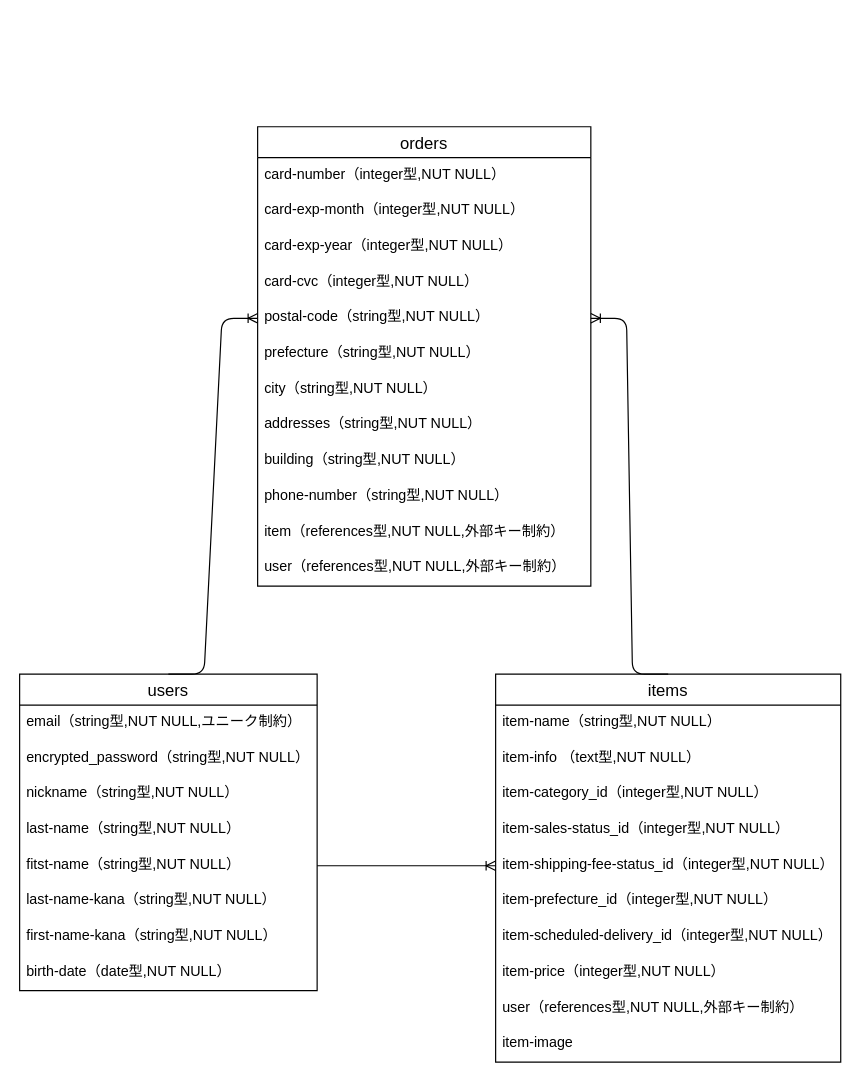
Above: Draw.dio in sakana117/furima-37643 (draw.io), before the change. Source tidied: cells renumbered, new cells numbered last; positions are measured from the earlier drawing's top-left corner, leaving out a move shared by most shapes. Both pictures are drawn from the tidied source at 119%, with x=0, y=0 at pixel (19, 126).
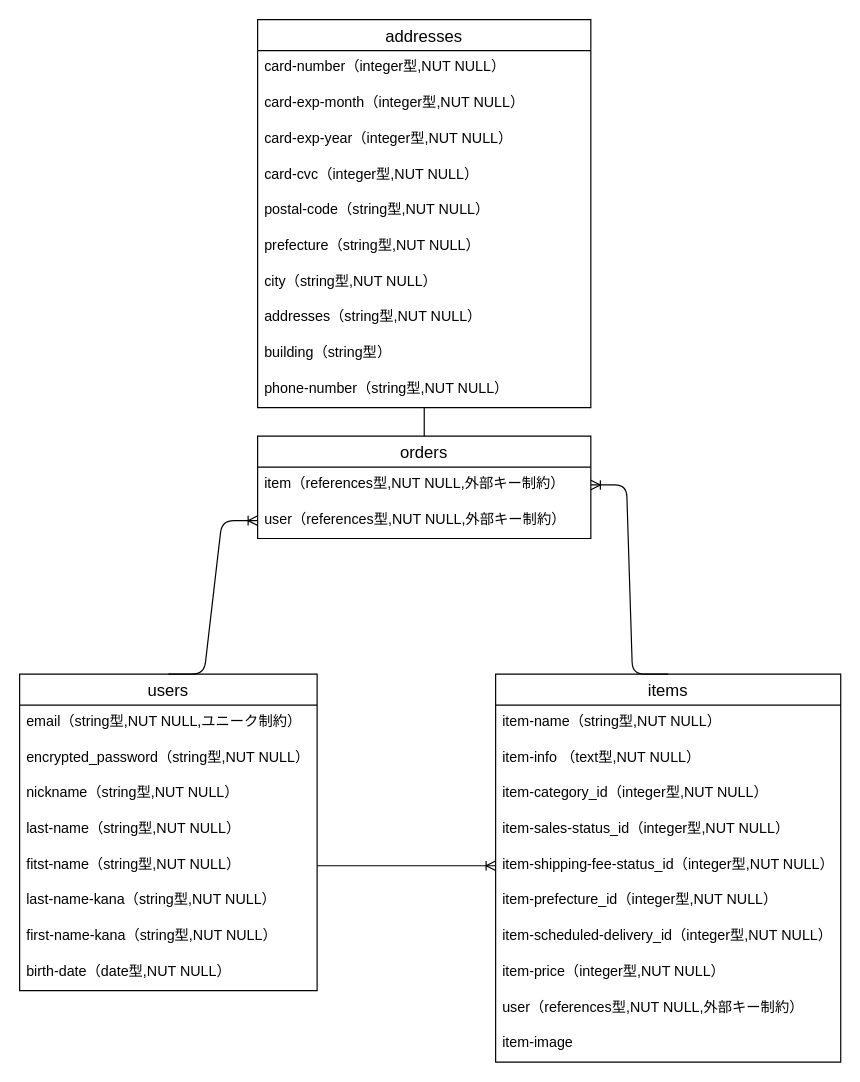
The same page after the edit.

Commit message (it also covers changes not shown here):
データベース設計　修正2

Unchanged cells that the change refers to:
```xml
<mxCell id="2" value="users" style="swimlane;fontStyle=0;horizontal=1;startSize=26;align=center;fontSize=14;" parent="1" vertex="1">
  <mxGeometry y="460" width="250" height="266" as="geometry" />
</mxCell>
<mxCell id="7" value="fitst-name（string型,NUT NULL）" style="text;strokeColor=none;fillColor=none;spacingLeft=4;spacingRight=4;overflow=hidden;points=[[0,0.5],[1,0.5]];portConstraint=eastwest;fontSize=12;" parent="2" vertex="1">
  <mxGeometry y="146" width="250" height="30" as="geometry" />
</mxCell>
<mxCell id="11" value="items" style="swimlane;fontStyle=0;horizontal=1;startSize=26;align=center;fontSize=14;" parent="1" vertex="1">
  <mxGeometry x="400" y="460" width="290" height="326" as="geometry" />
</mxCell>
<mxCell id="16" value="item-shipping-fee-status_id（integer型,NUT NULL）" style="text;strokeColor=none;fillColor=none;spacingLeft=4;spacingRight=4;overflow=hidden;points=[[0,0.5],[1,0.5]];portConstraint=eastwest;fontSize=12;" parent="11" vertex="1">
  <mxGeometry y="146" width="290" height="30" as="geometry" />
</mxCell>
```

Change to the diagram source:
```diff
@@
     <mxCell id="22" value="orders" style="swimlane;fontStyle=0;horizontal=1;startSize=26;align=center;fontSize=14;" parent="1" vertex="1">
-      <mxGeometry x="200" width="280" height="386" as="geometry" />
+      <mxGeometry x="200" y="260" width="280" height="86" as="geometry" />
     </mxCell>
+    <mxCell id="33" value="item（references型,NUT NULL,外部キー制約）" style="text;strokeColor=none;fillColor=none;spacingLeft=4;spacingRight=4;overflow=hidden;points=[[0,0.5],[1,0.5]];portConstraint=eastwest;fontSize=12;" parent="22" vertex="1">
+      <mxGeometry y="26" width="280" height="30" as="geometry" />
+    </mxCell>
+    <mxCell id="34" value="user（references型,NUT NULL,外部キー制約）" style="text;strokeColor=none;fillColor=none;spacingLeft=4;spacingRight=4;overflow=hidden;points=[[0,0.5],[1,0.5]];portConstraint=eastwest;fontSize=12;" parent="22" vertex="1">
+      <mxGeometry y="56" width="280" height="30" as="geometry" />
+    </mxCell>
+    <mxCell id="35" style="edgeStyle=entityRelationEdgeStyle;fontSize=12;html=1;endArrow=ERoneToMany;entryX=0;entryY=0.5;entryDx=0;entryDy=0;exitX=1;exitY=0.5;exitDx=0;exitDy=0;" parent="1" edge="1" source="7" target="16">
+      <mxGeometry relative="1" as="geometry" />
+    </mxCell>
+    <mxCell id="36" style="edgeStyle=entityRelationEdgeStyle;fontSize=12;html=1;endArrow=ERoneToMany;entryX=0;entryY=0.5;entryDx=0;entryDy=0;exitX=0.5;exitY=0;exitDx=0;exitDy=0;" parent="1" edge="1" source="2" target="34">
+      <mxGeometry relative="1" as="geometry" />
+    </mxCell>
+    <mxCell id="37" style="edgeStyle=entityRelationEdgeStyle;fontSize=12;html=1;endArrow=ERoneToMany;entryX=1;entryY=0.5;entryDx=0;entryDy=0;strokeColor=default;rounded=1;exitX=0.5;exitY=0;exitDx=0;exitDy=0;" parent="1" edge="1" source="11" target="33">
+      <mxGeometry relative="1" as="geometry" />
+    </mxCell>
+    <mxCell id="38" value="addresses" style="swimlane;fontStyle=0;horizontal=1;startSize=26;align=center;fontSize=14;" parent="1" vertex="1">
+      <mxGeometry x="200" y="-90" width="280" height="326" as="geometry" />
+    </mxCell>
-    <mxCell id="23" value="card-number（integer型,NUT NULL）" style="text;strokeColor=none;fillColor=none;spacingLeft=4;spacingRight=4;overflow=hidden;fontSize=12;" parent="22" vertex="1">
+    <mxCell id="23" value="card-number（integer型,NUT NULL）" style="text;strokeColor=none;fillColor=none;spacingLeft=4;spacingRight=4;overflow=hidden;fontSize=12;" parent="38" vertex="1">
       <mxGeometry y="26" width="280" height="30" as="geometry" />
     </mxCell>
-    <mxCell id="24" value="card-exp-month（integer型,NUT NULL）" style="text;strokeColor=none;fillColor=none;spacingLeft=4;spacingRight=4;overflow=hidden;fontSize=12;" parent="22" vertex="1">
+    <mxCell id="24" value="card-exp-month（integer型,NUT NULL）" style="text;strokeColor=none;fillColor=none;spacingLeft=4;spacingRight=4;overflow=hidden;fontSize=12;" parent="38" vertex="1">
       <mxGeometry y="56" width="280" height="30" as="geometry" />
     </mxCell>
-    <mxCell id="25" value="card-exp-year（integer型,NUT NULL）" style="text;strokeColor=none;fillColor=none;spacingLeft=4;spacingRight=4;overflow=hidden;fontSize=12;" parent="22" vertex="1">
+    <mxCell id="25" value="card-exp-year（integer型,NUT NULL）" style="text;strokeColor=none;fillColor=none;spacingLeft=4;spacingRight=4;overflow=hidden;fontSize=12;" parent="38" vertex="1">
       <mxGeometry y="86" width="280" height="30" as="geometry" />
     </mxCell>
-    <mxCell id="26" value="card-cvc（integer型,NUT NULL）" style="text;strokeColor=none;fillColor=none;spacingLeft=4;spacingRight=4;overflow=hidden;fontSize=12;" parent="22" vertex="1">
+    <mxCell id="26" value="card-cvc（integer型,NUT NULL）" style="text;strokeColor=none;fillColor=none;spacingLeft=4;spacingRight=4;overflow=hidden;fontSize=12;" parent="38" vertex="1">
       <mxGeometry y="116" width="280" height="30" as="geometry" />
     </mxCell>
-    <mxCell id="27" value="postal-code（string型,NUT NULL）" style="text;strokeColor=none;fillColor=none;spacingLeft=4;spacingRight=4;overflow=hidden;points=[[0,0.5],[1,0.5]];portConstraint=eastwest;fontSize=12;" parent="22" vertex="1">
+    <mxCell id="27" value="postal-code（string型,NUT NULL）" style="text;strokeColor=none;fillColor=none;spacingLeft=4;spacingRight=4;overflow=hidden;points=[[0,0.5],[1,0.5]];portConstraint=eastwest;fontSize=12;" parent="38" vertex="1">
       <mxGeometry y="146" width="280" height="30" as="geometry" />
     </mxCell>
-    <mxCell id="28" value="prefecture（string型,NUT NULL）" style="text;strokeColor=none;fillColor=none;spacingLeft=4;spacingRight=4;overflow=hidden;fontSize=12;" parent="22" vertex="1">
+    <mxCell id="28" value="prefecture（string型,NUT NULL）" style="text;strokeColor=none;fillColor=none;spacingLeft=4;spacingRight=4;overflow=hidden;fontSize=12;" parent="38" vertex="1">
       <mxGeometry y="176" width="280" height="30" as="geometry" />
     </mxCell>
-    <mxCell id="29" value="city（string型,NUT NULL）" style="text;strokeColor=none;fillColor=none;spacingLeft=4;spacingRight=4;overflow=hidden;fontSize=12;" parent="22" vertex="1">
+    <mxCell id="29" value="city（string型,NUT NULL）" style="text;strokeColor=none;fillColor=none;spacingLeft=4;spacingRight=4;overflow=hidden;fontSize=12;" parent="38" vertex="1">
       <mxGeometry y="206" width="280" height="30" as="geometry" />
     </mxCell>
-    <mxCell id="30" value="addresses（string型,NUT NULL）" style="text;strokeColor=none;fillColor=none;spacingLeft=4;spacingRight=4;overflow=hidden;fontSize=12;" parent="22" vertex="1">
+    <mxCell id="30" value="addresses（string型,NUT NULL）" style="text;strokeColor=none;fillColor=none;spacingLeft=4;spacingRight=4;overflow=hidden;fontSize=12;" parent="38" vertex="1">
       <mxGeometry y="236" width="280" height="30" as="geometry" />
     </mxCell>
-    <mxCell id="31" value="building（string型,NUT NULL）" style="text;strokeColor=none;fillColor=none;spacingLeft=4;spacingRight=4;overflow=hidden;fontSize=12;" parent="22" vertex="1">
-      <mxGeometry y="266" width="280" height="30" as="geometry" />
-    </mxCell>
+    <mxCell id="39" value="building（string型）" style="text;strokeColor=none;fillColor=none;spacingLeft=4;spacingRight=4;overflow=hidden;fontSize=12;" parent="38" vertex="1">
+      <mxGeometry y="266" width="280" height="30" as="geometry" />
+    </mxCell>
-    <mxCell id="32" value="phone-number（string型,NUT NULL）" style="text;strokeColor=none;fillColor=none;spacingLeft=4;spacingRight=4;overflow=hidden;fontSize=12;" parent="22" vertex="1">
+    <mxCell id="32" value="phone-number（string型,NUT NULL）" style="text;strokeColor=none;fillColor=none;spacingLeft=4;spacingRight=4;overflow=hidden;fontSize=12;" parent="38" vertex="1">
       <mxGeometry y="296" width="280" height="30" as="geometry" />
     </mxCell>
-    <mxCell id="33" value="item（references型,NUT NULL,外部キー制約）" style="text;strokeColor=none;fillColor=none;spacingLeft=4;spacingRight=4;overflow=hidden;points=[[0,0.5],[1,0.5]];portConstraint=eastwest;fontSize=12;" parent="22" vertex="1">
-      <mxGeometry y="326" width="280" height="30" as="geometry" />
-    </mxCell>
-    <mxCell id="34" value="user（references型,NUT NULL,外部キー制約）" style="text;strokeColor=none;fillColor=none;spacingLeft=4;spacingRight=4;overflow=hidden;points=[[0,0.5],[1,0.5]];portConstraint=eastwest;fontSize=12;" parent="22" vertex="1">
-      <mxGeometry y="356" width="280" height="30" as="geometry" />
-    </mxCell>
-    <mxCell id="35" style="edgeStyle=entityRelationEdgeStyle;fontSize=12;html=1;endArrow=ERoneToMany;entryX=0;entryY=0.5;entryDx=0;entryDy=0;exitX=1;exitY=0.5;exitDx=0;exitDy=0;" parent="1" edge="1" source="7" target="16">
-      <mxGeometry relative="1" as="geometry" />
-    </mxCell>
-    <mxCell id="36" style="edgeStyle=entityRelationEdgeStyle;fontSize=12;html=1;endArrow=ERoneToMany;entryX=0;entryY=0.5;entryDx=0;entryDy=0;exitX=0.5;exitY=0;exitDx=0;exitDy=0;" parent="1" edge="1" source="2" target="27">
-      <mxGeometry relative="1" as="geometry" />
-    </mxCell>
-    <mxCell id="37" style="edgeStyle=entityRelationEdgeStyle;fontSize=12;html=1;endArrow=ERoneToMany;entryX=1;entryY=0.5;entryDx=0;entryDy=0;strokeColor=default;rounded=1;exitX=0.5;exitY=0;exitDx=0;exitDy=0;" parent="1" edge="1" source="11" target="27">
-      <mxGeometry relative="1" as="geometry" />
-    </mxCell>
+    <mxCell id="40" style="endArrow=none;html=1;rounded=0;exitX=0.5;exitY=0;exitDx=0;exitDy=0;entryX=0.5;entryY=1;entryDx=0;entryDy=0;" parent="1" edge="1" source="22" target="38">
+      <mxGeometry relative="1" as="geometry" />
+    </mxCell>
```
